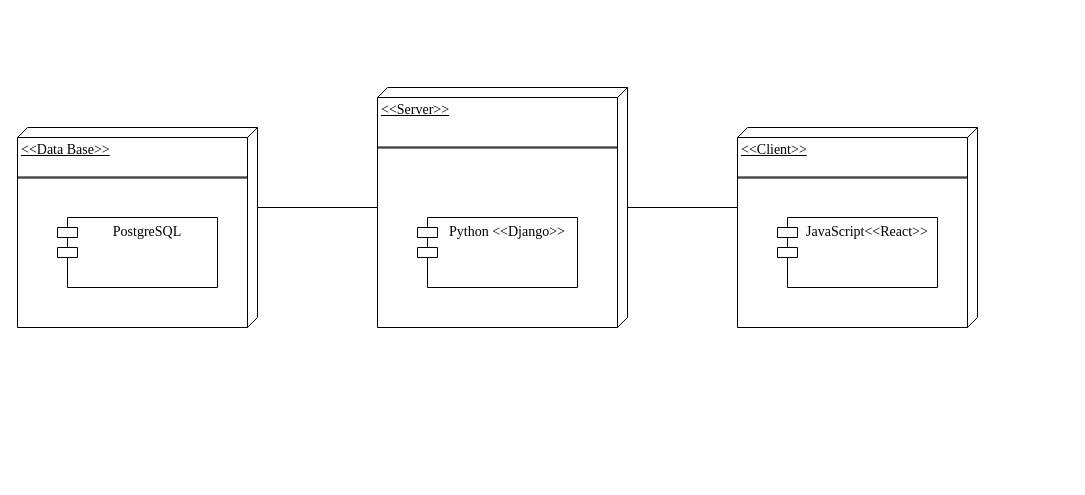
This is Документация/Cозданные диаграммы/deploymentDiagram.drawio from TP-4-4/PurrfectBites, a draw.io file, before an edit. Source tidied: cells renumbered, new cells numbered last; positions are measured from the earlier drawing's top-left corner, leaving out a move shared by most shapes. Both pictures are drawn from the tidied source at 100%, with x=0, y=0 at pixel (17, 87).
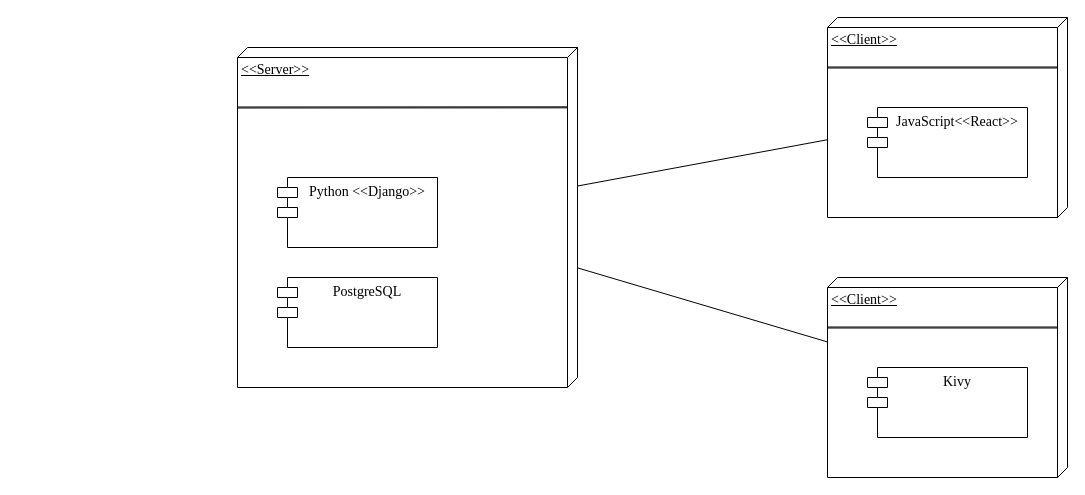
The same diagram, later.

Commit message:
Добавила мобилку в deployment

Change to the diagram source:
```diff
@@
 <mxGraphModel>
   <root>
     <mxCell id="0" />
     <mxCell id="1" parent="0" />
-    <mxCell id="2" value="&amp;lt;&amp;lt;Data Base&amp;gt;&amp;gt;" style="verticalAlign=top;align=left;spacingTop=8;spacingLeft=2;spacingRight=12;shape=cube;size=10;direction=south;fontStyle=4;html=1;whiteSpace=wrap;fontFamily=Times New Roman;fontSize=14;" parent="1" vertex="1">
-      <mxGeometry y="40" width="240" height="200" as="geometry" />
-    </mxCell>
+    <mxCell id="13" style="rounded=0;jettySize=auto;html=1;endArrow=none;endFill=0;" parent="1" edge="1" source="7" target="14">
+      <mxGeometry relative="1" as="geometry" />
+    </mxCell>
+    <mxCell id="7" value="&amp;lt;&amp;lt;Server&amp;gt;&amp;gt;" style="verticalAlign=top;align=left;spacingTop=8;spacingLeft=2;spacingRight=12;shape=cube;size=10;direction=south;fontStyle=4;html=1;whiteSpace=wrap;fontFamily=Times New Roman;fontSize=14;" parent="1" vertex="1">
+      <mxGeometry x="220" y="-40" width="340" height="340" as="geometry" />
+    </mxCell>
     <mxCell id="3" value="PostgreSQL" style="shape=module;align=left;spacingLeft=20;align=center;verticalAlign=top;whiteSpace=wrap;html=1;fontFamily=Times New Roman;fontSize=14;" parent="1" vertex="1">
-      <mxGeometry x="40" y="130" width="160" height="70" as="geometry" />
+      <mxGeometry x="260" y="190" width="160" height="70" as="geometry" />
     </mxCell>
-    <mxCell id="4" style="shape=link;html=1;rounded=0;width=-1;fontFamily=Times New Roman;fontSize=14;" parent="1" edge="1">
-      <mxGeometry relative="1" as="geometry">
-        <mxPoint y="90" as="sourcePoint" />
-        <mxPoint x="230" y="90" as="targetPoint" />
-      </mxGeometry>
-    </mxCell>
-    <mxCell id="5" style="rounded=0;jettySize=auto;html=1;endArrow=none;endFill=0;entryX=0.4;entryY=0;entryDx=0;entryDy=0;entryPerimeter=0;" parent="1" edge="1" source="7" target="2">
-      <mxGeometry relative="1" as="geometry" />
-    </mxCell>
-    <mxCell id="6" style="rounded=0;jettySize=auto;html=1;endArrow=none;endFill=0;" parent="1" edge="1" source="7">
-      <mxGeometry relative="1" as="geometry">
-        <mxPoint x="730" y="120" as="targetPoint" />
-      </mxGeometry>
+    <mxCell id="6" style="rounded=0;jettySize=auto;html=1;endArrow=none;endFill=0;" parent="1" edge="1" source="7" target="10">
+      <mxGeometry relative="1" as="geometry" />
     </mxCell>
-    <mxCell id="7" value="&amp;lt;&amp;lt;Server&amp;gt;&amp;gt;" style="verticalAlign=top;align=left;spacingTop=8;spacingLeft=2;spacingRight=12;shape=cube;size=10;direction=south;fontStyle=4;html=1;whiteSpace=wrap;fontFamily=Times New Roman;fontSize=14;" parent="1" vertex="1">
-      <mxGeometry x="360" width="250" height="240" as="geometry" />
-    </mxCell>
     <mxCell id="8" value="Python &amp;lt;&amp;lt;Django&amp;gt;&amp;gt;" style="shape=module;align=left;spacingLeft=20;align=center;verticalAlign=top;whiteSpace=wrap;html=1;fontFamily=Times New Roman;fontSize=14;" parent="1" vertex="1">
-      <mxGeometry x="400" y="130" width="160" height="70" as="geometry" />
+      <mxGeometry x="260" y="90" width="160" height="70" as="geometry" />
     </mxCell>
-    <mxCell id="9" style="shape=link;html=1;rounded=0;width=-1;fontFamily=Times New Roman;fontSize=14;" parent="1" edge="1">
+    <mxCell id="9" style="shape=link;html=1;rounded=0;width=-1;fontFamily=Times New Roman;fontSize=14;entryX=0.176;entryY=0.029;entryDx=0;entryDy=0;entryPerimeter=0;" parent="1" edge="1" target="7">
       <mxGeometry relative="1" as="geometry">
-        <mxPoint x="360" y="60" as="sourcePoint" />
-        <mxPoint x="600" y="60" as="targetPoint" />
+        <mxPoint x="220" y="20" as="sourcePoint" />
       </mxGeometry>
     </mxCell>
     <mxCell id="10" value="&amp;lt;&amp;lt;Client&amp;gt;&amp;gt;" style="verticalAlign=top;align=left;spacingTop=8;spacingLeft=2;spacingRight=12;shape=cube;size=10;direction=south;fontStyle=4;html=1;whiteSpace=wrap;fontFamily=Times New Roman;fontSize=14;" parent="1" vertex="1">
-      <mxGeometry x="720" y="40" width="240" height="200" as="geometry" />
+      <mxGeometry x="810" y="-70" width="240" height="200" as="geometry" />
     </mxCell>
     <mxCell id="11" value="JavaScript&amp;lt;&amp;lt;React&amp;gt;&amp;gt;" style="shape=module;align=left;spacingLeft=20;align=center;verticalAlign=top;whiteSpace=wrap;html=1;fontFamily=Times New Roman;fontSize=14;" parent="1" vertex="1">
-      <mxGeometry x="760" y="130" width="160" height="70" as="geometry" />
+      <mxGeometry x="850" y="20" width="160" height="70" as="geometry" />
     </mxCell>
     <mxCell id="12" style="shape=link;html=1;rounded=0;width=-1;fontFamily=Times New Roman;fontSize=14;" parent="1" edge="1">
       <mxGeometry relative="1" as="geometry">
-        <mxPoint x="720" y="90" as="sourcePoint" />
-        <mxPoint x="950" y="90" as="targetPoint" />
+        <mxPoint x="810" y="-20" as="sourcePoint" />
+        <mxPoint x="1040" y="-20" as="targetPoint" />
       </mxGeometry>
     </mxCell>
+    <mxCell id="14" value="&amp;lt;&amp;lt;Client&amp;gt;&amp;gt;" style="verticalAlign=top;align=left;spacingTop=8;spacingLeft=2;spacingRight=12;shape=cube;size=10;direction=south;fontStyle=4;html=1;whiteSpace=wrap;fontFamily=Times New Roman;fontSize=14;" parent="1" vertex="1">
+      <mxGeometry x="810" y="190" width="240" height="200" as="geometry" />
+    </mxCell>
+    <mxCell id="15" value="Kivy" style="shape=module;align=left;spacingLeft=20;align=center;verticalAlign=top;whiteSpace=wrap;html=1;fontFamily=Times New Roman;fontSize=14;" parent="1" vertex="1">
+      <mxGeometry x="850" y="280" width="160" height="70" as="geometry" />
+    </mxCell>
+    <mxCell id="16" style="shape=link;html=1;rounded=0;width=-1;fontFamily=Times New Roman;fontSize=14;" parent="1" edge="1">
+      <mxGeometry relative="1" as="geometry">
+        <mxPoint x="810" y="240" as="sourcePoint" />
+        <mxPoint x="1040" y="240" as="targetPoint" />
+      </mxGeometry>
+    </mxCell>
   </root>
 </mxGraphModel>
```
